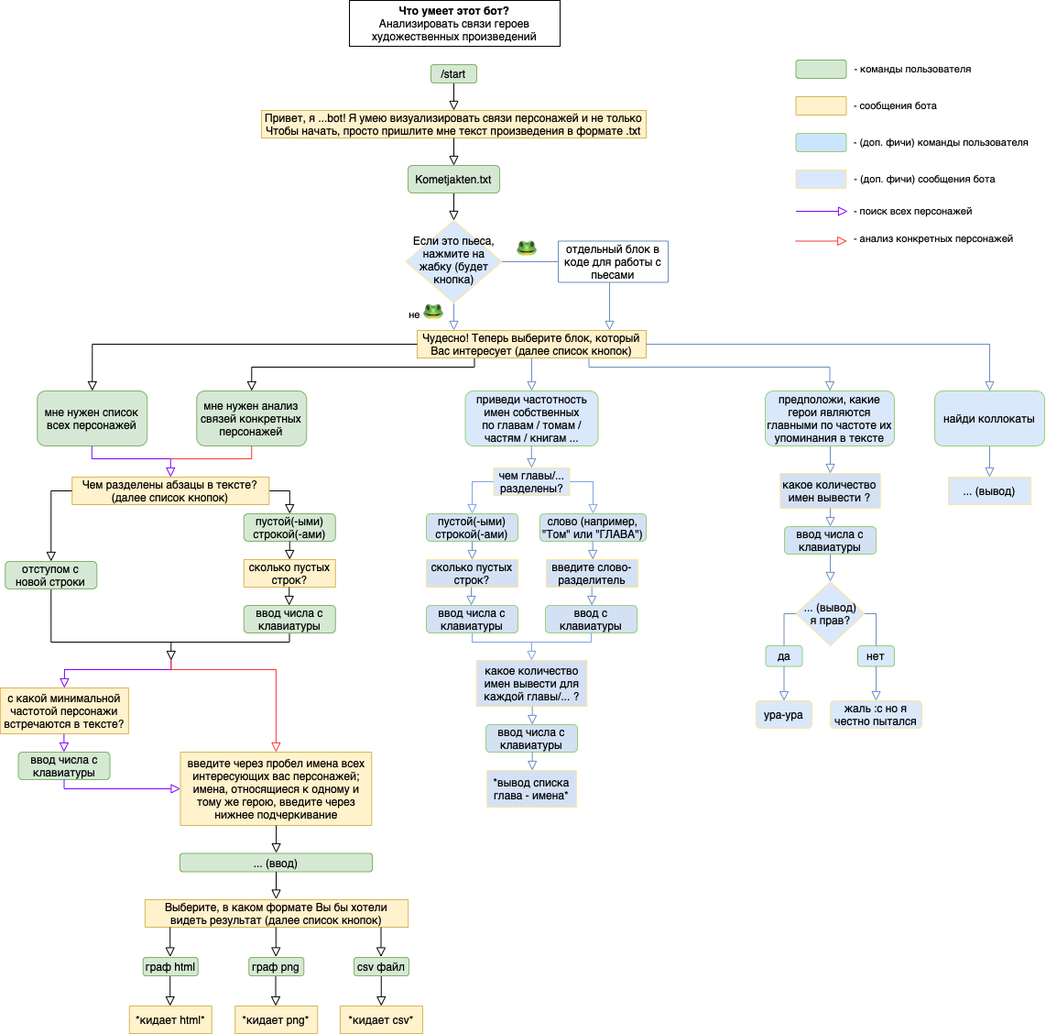
Alhassliebe/Alhassliebe.github.io keeps this draw.io diagram as tgbotdiagram.drawio.png. Above is the earlier version. Source tidied: cells renumbered, new cells last; positions are measured from the earlier drawing's top-left corner, leaving out a move shared by most shapes.
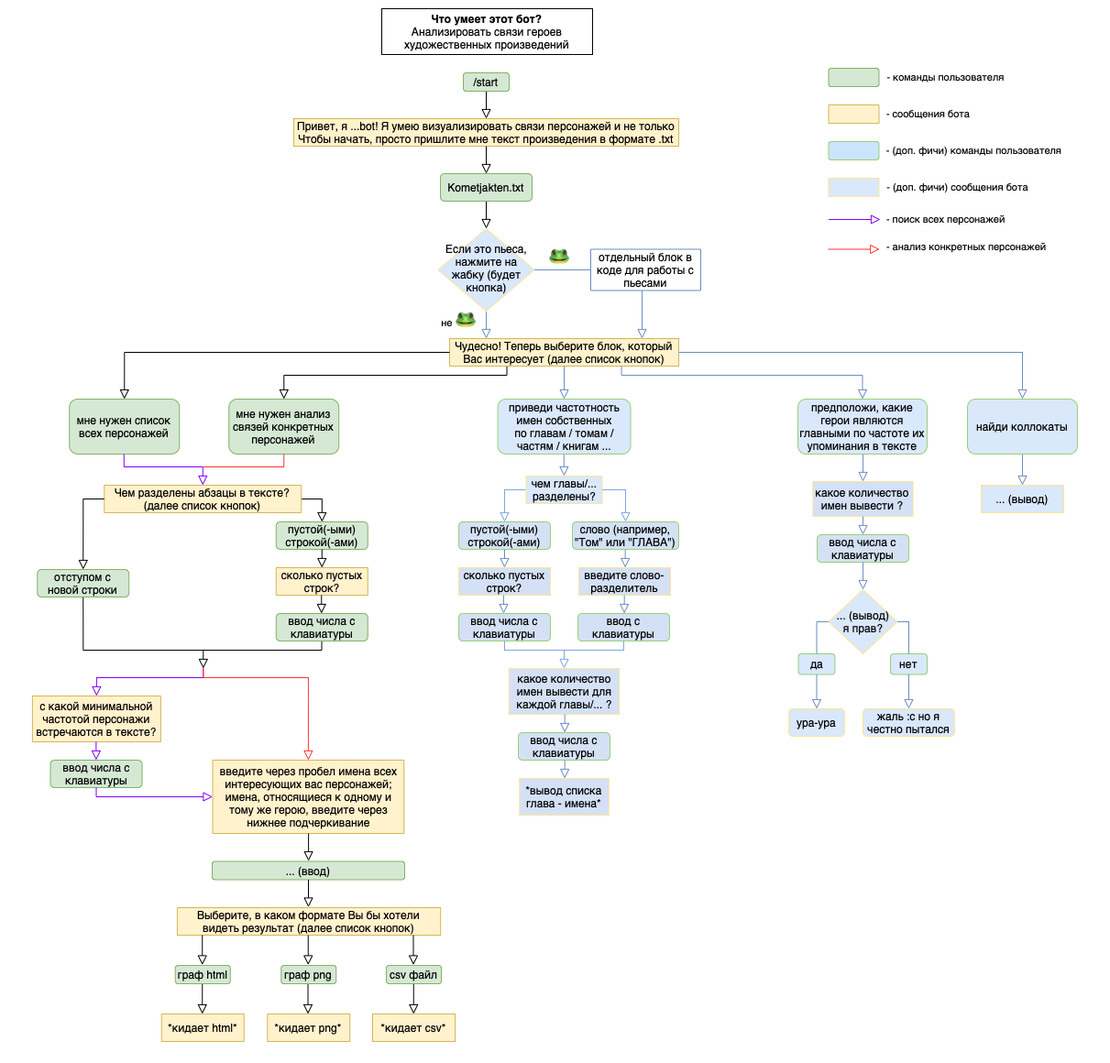
The same file after the commit.

Diff of the diagram source:
```diff
@@ -1,6 +1,10 @@
 <mxGraphModel>
   <root>
     <mxCell id="0" />
+    <mxCell id="109" value="Back" parent="0" />
+    <mxCell id="110" style="rounded=0;whiteSpace=wrap;html=1;fontFamily=Helvetica;fontSize=11;strokeColor=#FFFFFF;imageAspect=1;absoluteArcSize=0;noLabel=0;fixDash=0;backgroundOutline=0;movableLabel=0;enumerate=0;comic=0;overflow=visible;" parent="109" vertex="1">
+      <mxGeometry x="-35" y="-9" width="1210" height="1159" as="geometry" />
+    </mxCell>
     <mxCell id="1" parent="0" />
     <mxCell id="2" style="rounded=0;html=1;jettySize=auto;fontSize=11;endArrow=block;endFill=0;endSize=8;strokeWidth=1;shadow=0;labelBackgroundColor=none;edgeStyle=orthogonalEdgeStyle;" parent="1" edge="1" source="3">
       <mxGeometry relative="1" as="geometry">
```
